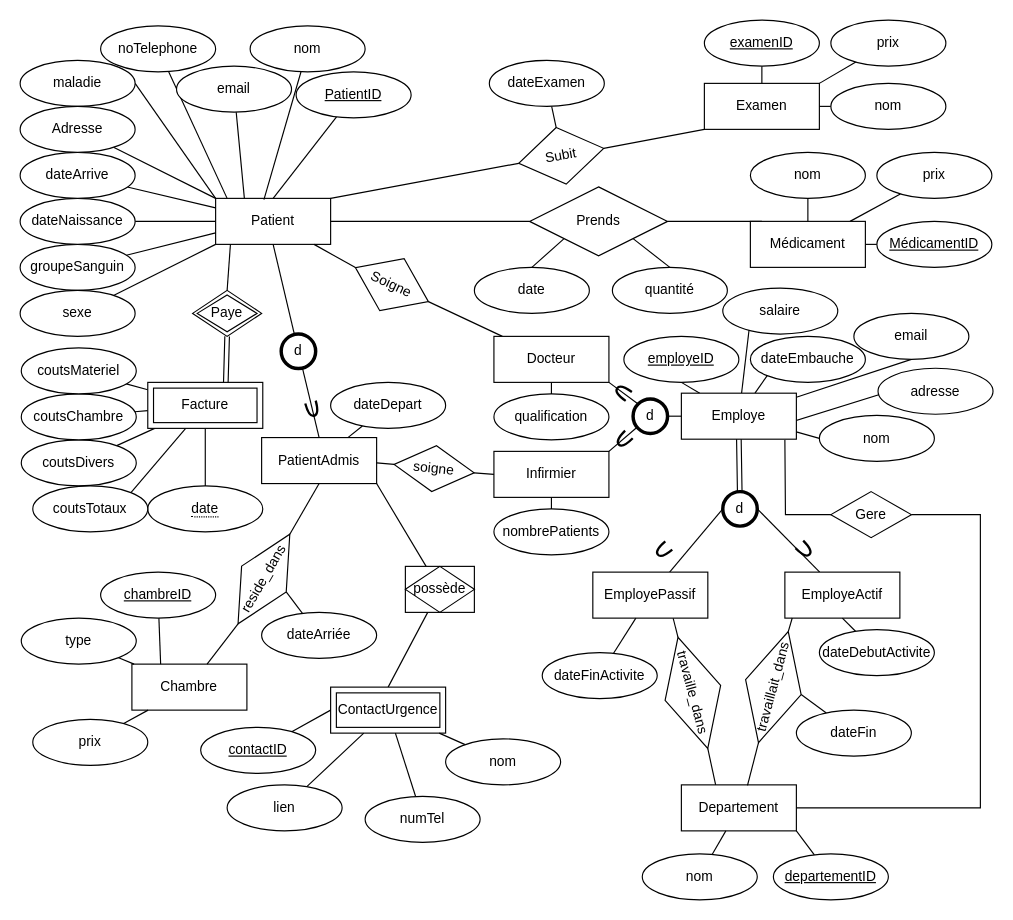
Above: TP2.drawio in R0ma01/R0ma01 (draw.io), before the change. Source tidied: cells renumbered, new cells numbered last; positions are measured from the earlier drawing's top-left corner, leaving out a move shared by most shapes. Both pictures are drawn from the tidied source at 115%, with x=0, y=0 at pixel (20, 20).
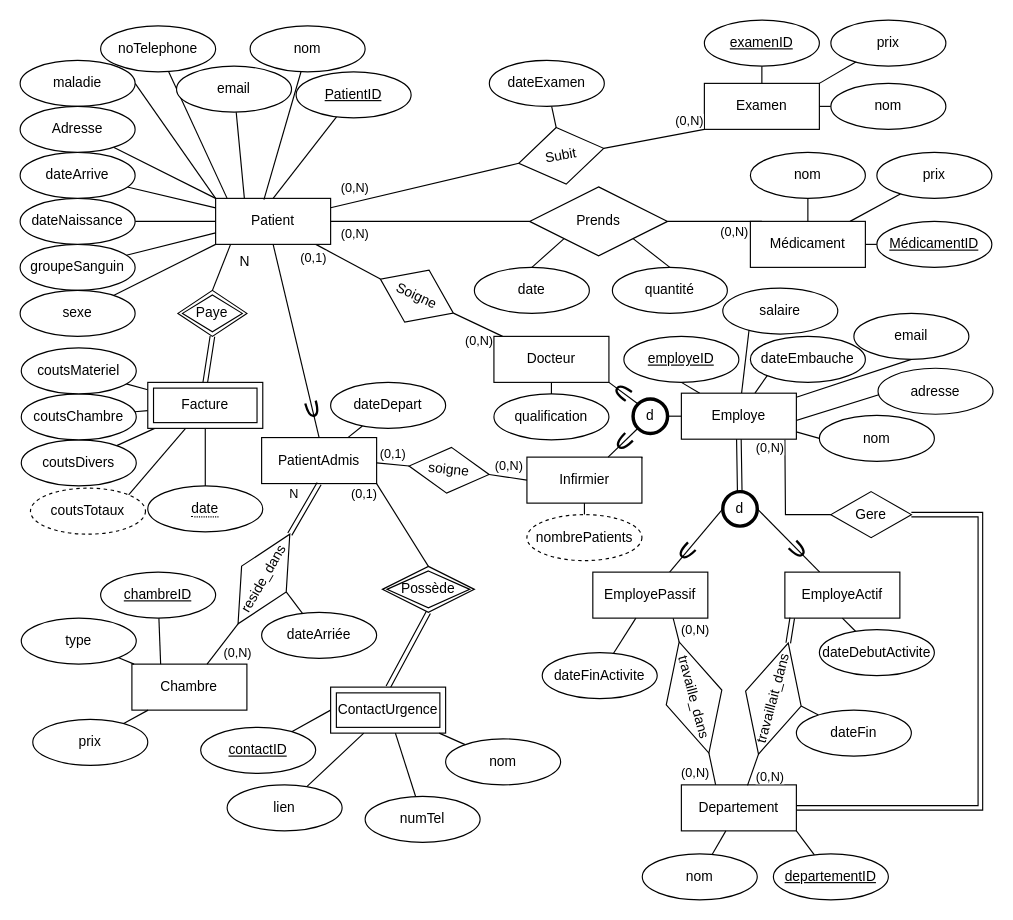
Above is the later version.

The change refers to these unchanged cells:
```xml
<mxCell id="3" value="Patient" style="whiteSpace=wrap;html=1;align=center;" parent="1" vertex="1">
  <mxGeometry x="170" y="155" width="100" height="40" as="geometry" />
</mxCell>
<mxCell id="26" style="edgeStyle=none;rounded=0;jettySize=auto;html=1;entryX=0;entryY=1;entryDx=0;entryDy=0;endArrow=none;endFill=0;exitX=1;exitY=0.5;exitDx=0;exitDy=0;" parent="1" edge="1" source="28" target="25">
  <mxGeometry relative="1" as="geometry" />
</mxCell>
<mxCell id="28" value="Subit" style="shape=rhombus;perimeter=rhombusPerimeter;whiteSpace=wrap;html=1;align=center;rotation=-10;" parent="1" vertex="1">
  <mxGeometry x="433" y="93" width="75" height="50" as="geometry" />
</mxCell>
<mxCell id="36" style="edgeStyle=none;rounded=0;jettySize=auto;html=1;entryX=1;entryY=0.5;entryDx=0;entryDy=0;endArrow=none;endFill=0;exitX=0;exitY=0.5;exitDx=0;exitDy=0;" parent="1" edge="1" source="39" target="3">
  <mxGeometry relative="1" as="geometry" />
</mxCell>
<mxCell id="38" style="edgeStyle=none;rounded=0;jettySize=auto;html=1;endArrow=none;endFill=0;" parent="1" edge="1" source="39">
  <mxGeometry relative="1" as="geometry">
    <mxPoint x="645" y="175" as="targetPoint" />
  </mxGeometry>
</mxCell>
<mxCell id="56" value="Facture" style="shape=ext;margin=3;double=1;whiteSpace=wrap;html=1;align=center;" parent="1" vertex="1">
  <mxGeometry x="111" y="315" width="100" height="40" as="geometry" />
</mxCell>
<mxCell id="64" style="edgeStyle=none;rounded=0;jettySize=auto;html=1;entryX=1;entryY=0.5;entryDx=0;entryDy=0;endArrow=none;endFill=0;" parent="1" edge="1" source="65" target="67">
  <mxGeometry relative="1" as="geometry" />
</mxCell>
<mxCell id="71" value="PatientAdmis" style="whiteSpace=wrap;html=1;align=center;" parent="1" vertex="1">
  <mxGeometry x="210" y="363" width="100" height="40" as="geometry" />
</mxCell>
<mxCell id="88" value="d" style="ellipse;whiteSpace=wrap;html=1;strokeWidth=3;" parent="1" vertex="1">
  <mxGeometry x="533" y="329.4" width="30" height="30" as="geometry" />
</mxCell>
<mxCell id="102" value="EmployeActif" style="whiteSpace=wrap;html=1;align=center;strokeWidth=1;" parent="1" vertex="1">
  <mxGeometry x="665" y="480" width="100" height="40" as="geometry" />
</mxCell>
<mxCell id="105" value="Departement" style="whiteSpace=wrap;html=1;align=center;strokeWidth=1;" parent="1" vertex="1">
  <mxGeometry x="575" y="665" width="100" height="40" as="geometry" />
</mxCell>
<mxCell id="106" style="rounded=0;jettySize=auto;html=1;endArrow=none;endFill=0;exitX=0;exitY=0.5;exitDx=0;exitDy=0;edgeStyle=orthogonalEdgeStyle;" parent="1" edge="1" source="108">
  <mxGeometry relative="1" as="geometry">
    <mxPoint x="665" y="365" as="targetPoint" />
  </mxGeometry>
</mxCell>
<mxCell id="108" value="Gere" style="shape=rhombus;perimeter=rhombusPerimeter;whiteSpace=wrap;html=1;align=center;strokeWidth=1;rotation=0;" parent="1" vertex="1">
  <mxGeometry x="705" y="410" width="70" height="40" as="geometry" />
</mxCell>
<mxCell id="114" style="edgeStyle=none;rounded=0;jettySize=auto;html=1;endArrow=none;endFill=0;exitX=1;exitY=0.5;exitDx=0;exitDy=0;entryX=0;entryY=0.5;entryDx=0;entryDy=0;" parent="1" edge="1" source="116" target="76">
  <mxGeometry relative="1" as="geometry" />
</mxCell>
<mxCell id="115" style="edgeStyle=none;rounded=0;jettySize=auto;html=1;endArrow=none;endFill=0;exitX=0;exitY=0.5;exitDx=0;exitDy=0;" parent="1" edge="1" source="116">
  <mxGeometry relative="1" as="geometry">
    <mxPoint x="310" y="385" as="targetPoint" />
  </mxGeometry>
</mxCell>
<mxCell id="119" style="edgeStyle=none;rounded=0;jettySize=auto;html=1;endArrow=none;endFill=0;exitX=0;exitY=0.5;exitDx=0;exitDy=0;" parent="1" edge="1" source="120" target="117">
  <mxGeometry relative="1" as="geometry" />
</mxCell>
<mxCell id="120" value="reside_dans" style="shape=rhombus;perimeter=rhombusPerimeter;whiteSpace=wrap;html=1;align=center;strokeWidth=1;rotation=-60;" parent="1" vertex="1">
  <mxGeometry x="167" y="463.6" width="90" height="44.8" as="geometry" />
</mxCell>
<mxCell id="124" value="ContactUrgence" style="shape=ext;margin=3;double=1;whiteSpace=wrap;html=1;align=center;strokeWidth=1;" parent="1" vertex="1">
  <mxGeometry x="270" y="580" width="100" height="40" as="geometry" />
</mxCell>
<mxCell id="125" style="edgeStyle=none;rounded=0;jettySize=auto;html=1;endArrow=none;endFill=0;exitX=0;exitY=0.5;exitDx=0;exitDy=0;entryX=0.699;entryY=1.005;entryDx=0;entryDy=0;entryPerimeter=0;" parent="1" edge="1" source="127" target="104">
  <mxGeometry relative="1" as="geometry" />
</mxCell>
<mxCell id="126" style="edgeStyle=none;rounded=0;jettySize=auto;html=1;entryX=0.298;entryY=0.001;entryDx=0;entryDy=0;endArrow=none;endFill=0;exitX=1;exitY=0.5;exitDx=0;exitDy=0;entryPerimeter=0;" parent="1" edge="1" source="127" target="105">
  <mxGeometry relative="1" as="geometry" />
</mxCell>
<mxCell id="129" style="edgeStyle=none;rounded=0;jettySize=auto;html=1;entryX=0.575;entryY=0.012;entryDx=0;entryDy=0;endArrow=none;endFill=0;exitX=0;exitY=0.5;exitDx=0;exitDy=0;entryPerimeter=0;" parent="1" edge="1" source="130" target="105">
  <mxGeometry relative="1" as="geometry" />
</mxCell>
```

The edit, as a diff of the source:
```diff
@@
-    <mxCell id="2" style="edgeStyle=none;rounded=0;jettySize=auto;html=1;entryX=0.5;entryY=0;entryDx=0;entryDy=0;endArrow=none;endFill=0;exitX=0.129;exitY=0.991;exitDx=0;exitDy=0;exitPerimeter=0;" parent="1" edge="1" source="3" target="57">
-      <mxGeometry relative="1" as="geometry" />
+    <mxCell id="2" style="edgeStyle=none;rounded=0;jettySize=auto;html=1;entryX=0.5;entryY=0;entryDx=0;entryDy=0;endArrow=none;endFill=0;" parent="1" edge="1" target="57">
+      <mxGeometry relative="1" as="geometry">
+        <mxPoint x="183" y="195" as="sourcePoint" />
+      </mxGeometry>
     </mxCell>
+    <mxCell id="153" style="rounded=0;jettySize=auto;html=1;entryX=0;entryY=0.5;entryDx=0;entryDy=0;endArrow=none;endFill=0;" parent="1" edge="1" source="3" target="28">
+      <mxGeometry relative="1" as="geometry" />
+    </mxCell>
+    <mxCell id="154" value="(0,N)" style="edgeLabel;html=1;align=center;verticalAlign=middle;" parent="153" vertex="1">
+      <mxGeometry x="0.18" relative="1" as="geometry">
+        <mxPoint x="-76" y="5" as="offset" />
+      </mxGeometry>
+    </mxCell>
+    <mxCell id="155" style="edgeStyle=none;rounded=0;jettySize=auto;html=1;entryX=0;entryY=0.5;entryDx=0;entryDy=0;endArrow=none;endFill=0;" parent="1" edge="1" source="3" target="67">
+      <mxGeometry relative="1" as="geometry" />
+    </mxCell>
+    <mxCell id="156" value="(0,1)" style="edgeLabel;html=1;align=center;verticalAlign=middle;" parent="155" vertex="1">
+      <mxGeometry x="-0.34" y="-3" relative="1" as="geometry">
+        <mxPoint x="-20" y="-1" as="offset" />
+      </mxGeometry>
+    </mxCell>
@@
-    <mxCell id="27" style="edgeStyle=none;rounded=0;jettySize=auto;html=1;entryX=1;entryY=0;entryDx=0;entryDy=0;endArrow=none;endFill=0;exitX=0;exitY=0.5;exitDx=0;exitDy=0;" parent="1" edge="1" source="28" target="3">
-      <mxGeometry relative="1" as="geometry" />
-    </mxCell>
+    <mxCell id="157" value="(0,N)" style="edgeLabel;html=1;align=center;verticalAlign=middle;" parent="26" vertex="1">
+      <mxGeometry x="0.41" y="2" relative="1" as="geometry">
+        <mxPoint x="13" y="-10" as="offset" />
+      </mxGeometry>
+    </mxCell>
@@
+    <mxCell id="158" value="(0,N)" style="edgeLabel;html=1;align=center;verticalAlign=middle;" parent="36" vertex="1">
+      <mxGeometry x="-0.17" y="-2" relative="1" as="geometry">
+        <mxPoint x="-81" y="12" as="offset" />
+      </mxGeometry>
+    </mxCell>
@@
+    <mxCell id="159" value="(0,N)" style="edgeLabel;html=1;align=center;verticalAlign=middle;" parent="38" vertex="1">
+      <mxGeometry x="-0.29" y="3" relative="1" as="geometry">
+        <mxPoint x="28" y="11" as="offset" />
+      </mxGeometry>
+    </mxCell>
@@
-    <mxCell id="50" style="edgeStyle=none;shape=link;rounded=0;jettySize=auto;html=1;entryX=0.5;entryY=1;entryDx=0;entryDy=0;endArrow=none;endFill=0;exitX=0.678;exitY=0.061;exitDx=0;exitDy=0;exitPerimeter=0;" parent="1" edge="1" source="56" target="57">
+    <mxCell id="50" style="edgeStyle=none;shape=link;rounded=0;jettySize=auto;html=1;entryX=0.5;entryY=1;entryDx=0;entryDy=0;endArrow=none;endFill=0;exitX=0.5;exitY=0;exitDx=0;exitDy=0;" parent="1" edge="1" source="56" target="57">
       <mxGeometry relative="1" as="geometry" />
     </mxCell>
@@
     <mxCell id="57" value="Paye" style="shape=rhombus;double=1;perimeter=rhombusPerimeter;whiteSpace=wrap;html=1;align=center;rotation=0;" parent="1" vertex="1">
-      <mxGeometry x="150" y="235" width="60" height="40" as="geometry" />
+      <mxGeometry x="137.2" y="235" width="60" height="40" as="geometry" />
     </mxCell>
@@
-    <mxCell id="60" value="coutsTotaux" style="ellipse;whiteSpace=wrap;html=1;align=center;" parent="1" vertex="1">
-      <mxGeometry x="11" y="405" width="100" height="40" as="geometry" />
+    <mxCell id="60" value="coutsTotaux" style="ellipse;whiteSpace=wrap;html=1;align=center;dashed=1;" parent="1" vertex="1">
+      <mxGeometry x="9" y="407" width="100" height="40" as="geometry" />
     </mxCell>
@@
+    <mxCell id="160" value="(0,N)" style="edgeLabel;html=1;align=center;verticalAlign=middle;" parent="64" vertex="1">
+      <mxGeometry x="0.58" y="-3" relative="1" as="geometry">
+        <mxPoint x="11" y="22" as="offset" />
+      </mxGeometry>
+    </mxCell>
@@
-    <mxCell id="66" style="edgeStyle=none;rounded=0;jettySize=auto;html=1;endArrow=none;endFill=0;exitX=0;exitY=0.5;exitDx=0;exitDy=0;" parent="1" edge="1" source="67" target="3">
-      <mxGeometry relative="1" as="geometry" />
-    </mxCell>
     <mxCell id="67" value="Soigne" style="shape=rhombus;perimeter=rhombusPerimeter;whiteSpace=wrap;html=1;align=center;rotation=25;" parent="1" vertex="1">
-      <mxGeometry x="288.3" y="205" width="70" height="50" as="geometry" />
+      <mxGeometry x="310" y="215" width="70" height="50" as="geometry" />
     </mxCell>
@@
-    <mxCell id="72" style="edgeStyle=none;rounded=0;jettySize=auto;html=1;entryX=0.5;entryY=0;entryDx=0;entryDy=0;endArrow=none;endFill=0;" parent="1" edge="1" source="74" target="71">
-      <mxGeometry relative="1" as="geometry" />
-    </mxCell>
-    <mxCell id="73" style="edgeStyle=none;rounded=0;jettySize=auto;html=1;entryX=0.5;entryY=1;entryDx=0;entryDy=0;endArrow=none;endFill=0;" parent="1" edge="1" source="74" target="3">
+    <mxCell id="73" style="edgeStyle=none;rounded=0;jettySize=auto;html=1;entryX=0.5;entryY=1;entryDx=0;entryDy=0;endArrow=none;endFill=0;exitX=0.5;exitY=0;exitDx=0;exitDy=0;" parent="1" edge="1" source="71" target="3">
       <mxGeometry relative="1" as="geometry" />
     </mxCell>
-    <mxCell id="74" value="d" style="ellipse;whiteSpace=wrap;html=1;strokeWidth=3;" parent="1" vertex="1">
-      <mxGeometry x="227" y="273" width="30" height="30" as="geometry" />
-    </mxCell>
@@
     <mxCell id="76" value="Infirmier" style="whiteSpace=wrap;html=1;align=center;strokeWidth=1;" parent="1" vertex="1">
-      <mxGeometry x="412" y="375" width="100" height="40" as="geometry" />
+      <mxGeometry x="440.7" y="380" width="100" height="40" as="geometry" />
     </mxCell>
@@
-    <mxCell id="78" value="nombrePatients" style="ellipse;whiteSpace=wrap;html=1;align=center;strokeWidth=1;" parent="1" vertex="1">
-      <mxGeometry x="412" y="425" width="100" height="40" as="geometry" />
+    <mxCell id="78" value="nombrePatients" style="ellipse;whiteSpace=wrap;html=1;align=center;strokeWidth=1;dashed=1;" parent="1" vertex="1">
+      <mxGeometry x="440.7" y="430" width="100" height="40" as="geometry" />
     </mxCell>
@@
-    <mxCell id="87" style="edgeStyle=none;rounded=0;jettySize=auto;html=1;endArrow=none;endFill=0;entryX=1;entryY=0;entryDx=0;entryDy=0;" parent="1" edge="1" source="88" target="76">
-      <mxGeometry relative="1" as="geometry" />
+    <mxCell id="87" style="edgeStyle=none;rounded=0;jettySize=auto;html=1;endArrow=none;endFill=0;entryX=1;entryY=0;entryDx=0;entryDy=0;startArrow=none;" parent="1" edge="1" target="76">
+      <mxGeometry relative="1" as="geometry">
+        <mxPoint x="540.7" y="381" as="sourcePoint" />
+      </mxGeometry>
     </mxCell>
+    <mxCell id="161" style="edgeStyle=none;rounded=0;jettySize=auto;html=1;endArrow=none;endFill=0;" parent="1" edge="1" source="88" target="76">
+      <mxGeometry relative="1" as="geometry" />
+    </mxCell>
@@
-    <mxCell id="90" style="shape=requiredInterface;html=1;verticalLabelPosition=bottom;sketch=0;strokeWidth=2;rotation=135;" parent="1" vertex="1">
-      <mxGeometry x="518.8" y="360" width="12.4" height="9.4" as="geometry" />
-    </mxCell>
@@
-    <mxCell id="99" style="shape=requiredInterface;html=1;verticalLabelPosition=bottom;sketch=0;strokeWidth=2;rotation=50;direction=south;" parent="1" vertex="1">
-      <mxGeometry x="554.6" y="454.6" width="9.4" height="12.4" as="geometry" />
+    <mxCell id="99" style="shape=requiredInterface;html=1;verticalLabelPosition=bottom;sketch=0;strokeWidth=2;rotation=-45;direction=west;" parent="1" vertex="1">
+      <mxGeometry x="573.5" y="457.1" width="12.4" height="9.4" as="geometry" />
     </mxCell>
     <mxCell id="100" style="shape=requiredInterface;html=1;verticalLabelPosition=bottom;sketch=0;strokeWidth=2;rotation=45;" parent="1" vertex="1">
-      <mxGeometry x="675.8" y="455.6" width="12.4" height="9.4" as="geometry" />
+      <mxGeometry x="669.8" y="455.6" width="12.4" height="9.4" as="geometry" />
     </mxCell>
@@
+    <mxCell id="162" value="(0,N)" style="edgeLabel;html=1;align=center;verticalAlign=middle;" parent="106" vertex="1">
+      <mxGeometry x="0.18" y="-4" relative="1" as="geometry">
+        <mxPoint x="-18" y="-36" as="offset" />
+      </mxGeometry>
+    </mxCell>
-    <mxCell id="107" style="edgeStyle=orthogonalEdgeStyle;rounded=0;jettySize=auto;html=1;entryX=1;entryY=0.5;entryDx=0;entryDy=0;endArrow=none;endFill=0;exitX=1;exitY=0.5;exitDx=0;exitDy=0;" parent="1" edge="1" source="108" target="105">
+    <mxCell id="107" style="edgeStyle=orthogonalEdgeStyle;rounded=0;jettySize=auto;html=1;entryX=1;entryY=0.5;entryDx=0;entryDy=0;endArrow=none;endFill=0;exitX=1;exitY=0.5;exitDx=0;exitDy=0;shape=link;" parent="1" edge="1" source="108" target="105">
       <mxGeometry relative="1" as="geometry">
         <Array as="points">
           <mxPoint x="835" y="430" />
           <mxPoint x="835" y="685" />
         </Array>
       </mxGeometry>
     </mxCell>
@@
+    <mxCell id="163" value="(0,N)" style="edgeLabel;html=1;align=center;verticalAlign=middle;" parent="114" vertex="1">
+      <mxGeometry x="-0.35" relative="1" as="geometry">
+        <mxPoint x="6" y="-9" as="offset" />
+      </mxGeometry>
+    </mxCell>
@@
+    <mxCell id="164" value="(0,1)" style="edgeLabel;html=1;align=center;verticalAlign=middle;" parent="115" vertex="1">
+      <mxGeometry x="0.58" relative="1" as="geometry">
+        <mxPoint x="7" y="-9" as="offset" />
+      </mxGeometry>
+    </mxCell>
     <mxCell id="116" value="soigne" style="shape=rhombus;perimeter=rhombusPerimeter;whiteSpace=wrap;html=1;align=center;strokeWidth=1;rotation=6;" parent="1" vertex="1">
-      <mxGeometry x="325" y="370" width="70" height="40" as="geometry" />
+      <mxGeometry x="338" y="371.4" width="70" height="40" as="geometry" />
     </mxCell>
@@
-    <mxCell id="118" style="edgeStyle=none;rounded=0;jettySize=auto;html=1;entryX=0.5;entryY=1;entryDx=0;entryDy=0;endArrow=none;endFill=0;exitX=1;exitY=0.5;exitDx=0;exitDy=0;" parent="1" edge="1" source="120" target="71">
+    <mxCell id="118" style="edgeStyle=none;rounded=0;jettySize=auto;html=1;entryX=0.5;entryY=1;entryDx=0;entryDy=0;endArrow=none;endFill=0;exitX=1;exitY=0.5;exitDx=0;exitDy=0;shape=link;" parent="1" edge="1" source="120" target="71">
       <mxGeometry relative="1" as="geometry" />
     </mxCell>
+    <mxCell id="165" value="N" style="edgeLabel;html=1;align=center;verticalAlign=middle;" parent="118" vertex="1">
+      <mxGeometry x="-0.36" y="-6" relative="1" as="geometry">
+        <mxPoint x="-10" y="-25" as="offset" />
+      </mxGeometry>
+    </mxCell>
@@
+    <mxCell id="166" value="(0,N)" style="edgeLabel;html=1;align=center;verticalAlign=middle;" parent="119" vertex="1">
+      <mxGeometry x="0.45" y="5" relative="1" as="geometry">
+        <mxPoint x="15" y="-4" as="offset" />
+      </mxGeometry>
+    </mxCell>
@@
-    <mxCell id="121" style="edgeStyle=none;rounded=0;jettySize=auto;html=1;endArrow=none;endFill=0;entryX=1;entryY=1;entryDx=0;entryDy=0;" parent="1" edge="1" source="123" target="71">
+    <mxCell id="121" style="edgeStyle=none;rounded=0;jettySize=auto;html=1;endArrow=none;endFill=0;entryX=1;entryY=1;entryDx=0;entryDy=0;exitX=0.5;exitY=0;exitDx=0;exitDy=0;" parent="1" edge="1" source="171" target="71">
       <mxGeometry relative="1" as="geometry" />
     </mxCell>
+    <mxCell id="167" value="(0,1)" style="edgeLabel;html=1;align=center;verticalAlign=middle;" parent="121" vertex="1">
+      <mxGeometry x="0.15" y="3" relative="1" as="geometry">
+        <mxPoint x="-28" y="-24" as="offset" />
+      </mxGeometry>
+    </mxCell>
-    <mxCell id="122" style="edgeStyle=none;rounded=0;jettySize=auto;html=1;entryX=0.5;entryY=0;entryDx=0;entryDy=0;endArrow=none;endFill=0;" parent="1" edge="1" source="123" target="124">
+    <mxCell id="122" style="edgeStyle=none;rounded=0;jettySize=auto;html=1;entryX=0.5;entryY=0;entryDx=0;entryDy=0;endArrow=none;endFill=0;exitX=0.5;exitY=1;exitDx=0;exitDy=0;shape=link;" parent="1" edge="1" source="171" target="124">
       <mxGeometry relative="1" as="geometry" />
     </mxCell>
-    <mxCell id="123" value="possède" style="shape=associativeEntity;whiteSpace=wrap;html=1;align=center;strokeWidth=1;" parent="1" vertex="1">
-      <mxGeometry x="335" y="475" width="60" height="40" as="geometry" />
-    </mxCell>
@@
+    <mxCell id="168" value="(0,N)" style="edgeLabel;html=1;align=center;verticalAlign=middle;" parent="125" vertex="1">
+      <mxGeometry x="-0.24" relative="1" as="geometry">
+        <mxPoint x="15" y="-3" as="offset" />
+      </mxGeometry>
+    </mxCell>
@@
+    <mxCell id="169" value="(0,N)" style="edgeLabel;html=1;align=center;verticalAlign=middle;" parent="126" vertex="1">
+      <mxGeometry x="-0.5" y="-1" relative="1" as="geometry">
+        <mxPoint x="-13" y="10" as="offset" />
+      </mxGeometry>
+    </mxCell>
     <mxCell id="127" value="travaille_dans" style="shape=rhombus;perimeter=rhombusPerimeter;whiteSpace=wrap;html=1;align=center;strokeWidth=1;rotation=75;" parent="1" vertex="1">
-      <mxGeometry x="535" y="560" width="100" height="50" as="geometry" />
+      <mxGeometry x="536" y="564" width="100" height="50" as="geometry" />
     </mxCell>
-    <mxCell id="128" style="edgeStyle=none;rounded=0;jettySize=auto;html=1;entryX=0.064;entryY=0.997;entryDx=0;entryDy=0;endArrow=none;endFill=0;exitX=1;exitY=0.5;exitDx=0;exitDy=0;entryPerimeter=0;" parent="1" edge="1" source="130" target="102">
+    <mxCell id="128" style="edgeStyle=none;rounded=0;jettySize=auto;html=1;entryX=0.064;entryY=0.997;entryDx=0;entryDy=0;endArrow=none;endFill=0;exitX=1;exitY=0.5;exitDx=0;exitDy=0;entryPerimeter=0;shape=link;" parent="1" edge="1" source="130" target="102">
       <mxGeometry relative="1" as="geometry" />
     </mxCell>
@@
+    <mxCell id="170" value="(0,N)" style="edgeLabel;html=1;align=center;verticalAlign=middle;" parent="129" vertex="1">
+      <mxGeometry x="-0.45" y="1" relative="1" as="geometry">
+        <mxPoint x="11" y="11" as="offset" />
+      </mxGeometry>
+    </mxCell>
     <mxCell id="130" value="travaillait_dans" style="shape=rhombus;perimeter=rhombusPerimeter;whiteSpace=wrap;html=1;align=center;strokeWidth=1;rotation=-75;" parent="1" vertex="1">
-      <mxGeometry x="605" y="555" width="100" height="50" as="geometry" />
+      <mxGeometry x="605" y="565" width="100" height="50" as="geometry" />
     </mxCell>
@@
+    <mxCell id="171" value="Possède" style="shape=rhombus;double=1;perimeter=rhombusPerimeter;whiteSpace=wrap;html=1;align=center;" parent="1" vertex="1">
+      <mxGeometry x="315" y="475" width="80" height="40" as="geometry" />
+    </mxCell>
+    <mxCell id="172" value="N" style="text;html=1;align=center;verticalAlign=middle;strokeColor=none;fillColor=none;" parent="1" vertex="1">
+      <mxGeometry x="180" y="195" width="30" height="30" as="geometry" />
+    </mxCell>
+    <mxCell id="90" style="shape=requiredInterface;html=1;verticalLabelPosition=bottom;sketch=0;strokeWidth=2;rotation=135;" parent="1" vertex="1">
+      <mxGeometry x="518.9" y="362" width="12.4" height="9.4" as="geometry" />
+    </mxCell>
```
